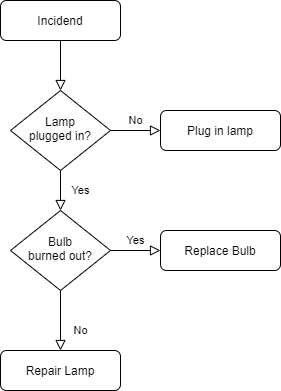
The draw.io diagram test.png in Dantalor/markdown-portfolio, before a commit. Source tidied: cells renumbered, new cells last; positions are measured from the earlier drawing's top-left corner, leaving out a move shared by most shapes. The source it was exported from:
```xml
<mxGraphModel>
  <root>
    <mxCell id="0" />
    <mxCell id="1" parent="0" />
    <mxCell id="2" style="rounded=0;html=1;jettySize=auto;fontSize=11;endArrow=block;endFill=0;endSize=8;strokeWidth=1;shadow=0;labelBackgroundColor=none;edgeStyle=orthogonalEdgeStyle;" parent="1" edge="1" source="3" target="6">
      <mxGeometry relative="1" as="geometry" />
    </mxCell>
    <mxCell id="3" value="Incidend" style="rounded=1;whiteSpace=wrap;html=1;fontSize=12;glass=0;strokeWidth=1;shadow=0;" parent="1" vertex="1">
      <mxGeometry width="120" height="40" as="geometry" />
    </mxCell>
    <mxCell id="4" value="Yes" style="rounded=0;html=1;jettySize=auto;fontSize=11;endArrow=block;endFill=0;endSize=8;strokeWidth=1;shadow=0;labelBackgroundColor=none;edgeStyle=orthogonalEdgeStyle;" parent="1" edge="1" source="6" target="10">
      <mxGeometry y="20" relative="1" as="geometry" />
    </mxCell>
    <mxCell id="5" value="No" style="edgeStyle=orthogonalEdgeStyle;rounded=0;html=1;jettySize=auto;fontSize=11;endArrow=block;endFill=0;endSize=8;strokeWidth=1;shadow=0;labelBackgroundColor=none;" parent="1" edge="1" source="6" target="7">
      <mxGeometry y="10" relative="1" as="geometry" />
    </mxCell>
    <mxCell id="6" value="Lamp&lt;br&gt;plugged in?" style="rhombus;whiteSpace=wrap;html=1;shadow=0;fontFamily=Helvetica;fontSize=12;align=center;strokeWidth=1;spacing=6;spacingTop=-4;" parent="1" vertex="1">
      <mxGeometry x="10" y="90" width="100" height="80" as="geometry" />
    </mxCell>
    <mxCell id="7" value="Plug in lamp" style="rounded=1;whiteSpace=wrap;html=1;fontSize=12;glass=0;strokeWidth=1;shadow=0;" parent="1" vertex="1">
      <mxGeometry x="160" y="110" width="120" height="40" as="geometry" />
    </mxCell>
    <mxCell id="8" value="No" style="rounded=0;html=1;jettySize=auto;fontSize=11;endArrow=block;endFill=0;endSize=8;strokeWidth=1;shadow=0;labelBackgroundColor=none;edgeStyle=orthogonalEdgeStyle;" parent="1" edge="1" source="10" target="11">
      <mxGeometry x="0.33" y="20" relative="1" as="geometry" />
    </mxCell>
    <mxCell id="9" value="Yes" style="edgeStyle=orthogonalEdgeStyle;rounded=0;html=1;jettySize=auto;fontSize=11;endArrow=block;endFill=0;endSize=8;strokeWidth=1;shadow=0;labelBackgroundColor=none;" parent="1" edge="1" source="10" target="12">
      <mxGeometry y="10" relative="1" as="geometry" />
    </mxCell>
    <mxCell id="10" value="Bulb&lt;br&gt;burned out?" style="rhombus;whiteSpace=wrap;html=1;shadow=0;fontFamily=Helvetica;fontSize=12;align=center;strokeWidth=1;spacing=6;spacingTop=-4;" parent="1" vertex="1">
      <mxGeometry x="10" y="210" width="100" height="80" as="geometry" />
    </mxCell>
    <mxCell id="11" value="Repair Lamp" style="rounded=1;whiteSpace=wrap;html=1;fontSize=12;glass=0;strokeWidth=1;shadow=0;" parent="1" vertex="1">
      <mxGeometry y="350" width="120" height="40" as="geometry" />
    </mxCell>
    <mxCell id="12" value="Replace Bulb" style="rounded=1;whiteSpace=wrap;html=1;fontSize=12;glass=0;strokeWidth=1;shadow=0;" parent="1" vertex="1">
      <mxGeometry x="160" y="230" width="120" height="40" as="geometry" />
    </mxCell>
  </root>
</mxGraphModel>
```
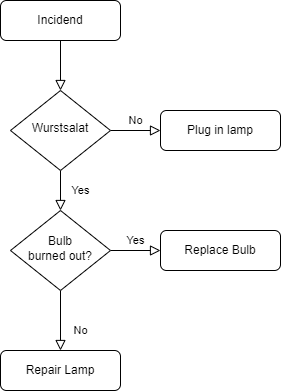
The same diagram one commit later.

What changed in the source:
```diff
@@ -14,7 +14,7 @@
     <mxCell id="5" value="No" style="edgeStyle=orthogonalEdgeStyle;rounded=0;html=1;jettySize=auto;fontSize=11;endArrow=block;endFill=0;endSize=8;strokeWidth=1;shadow=0;labelBackgroundColor=none;" parent="1" edge="1" source="6" target="7">
       <mxGeometry y="10" relative="1" as="geometry" />
     </mxCell>
-    <mxCell id="6" value="Lamp&lt;br&gt;plugged in?" style="rhombus;whiteSpace=wrap;html=1;shadow=0;fontFamily=Helvetica;fontSize=12;align=center;strokeWidth=1;spacing=6;spacingTop=-4;" parent="1" vertex="1">
+    <mxCell id="6" value="Wurstsalat" style="rhombus;whiteSpace=wrap;html=1;shadow=0;fontFamily=Helvetica;fontSize=12;align=center;strokeWidth=1;spacing=6;spacingTop=-4;" parent="1" vertex="1">
       <mxGeometry x="10" y="90" width="100" height="80" as="geometry" />
     </mxCell>
     <mxCell id="7" value="Plug in lamp" style="rounded=1;whiteSpace=wrap;html=1;fontSize=12;glass=0;strokeWidth=1;shadow=0;" parent="1" vertex="1">
```
